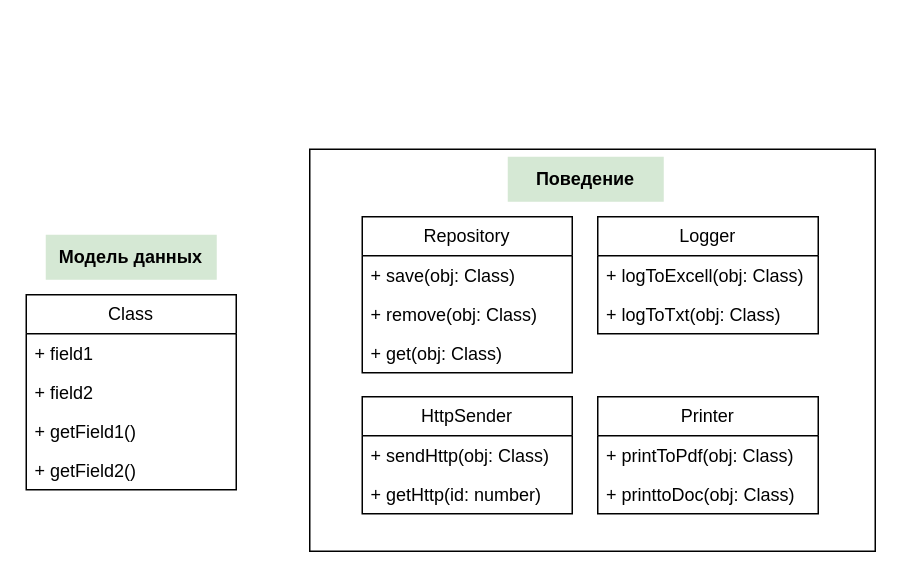
Earlier version of the draw.io diagram page "S" (1 of 5) of SOLID.drawio (orlov-oleg-developer/uml-diagrams). Source tidied: cells renumbered, new cells numbered last; positions are measured from the earlier drawing's top-left corner, leaving out a move shared by most shapes. Both pictures are drawn from the tidied source at 150%, with x=0, y=0 at pixel (26, 148).
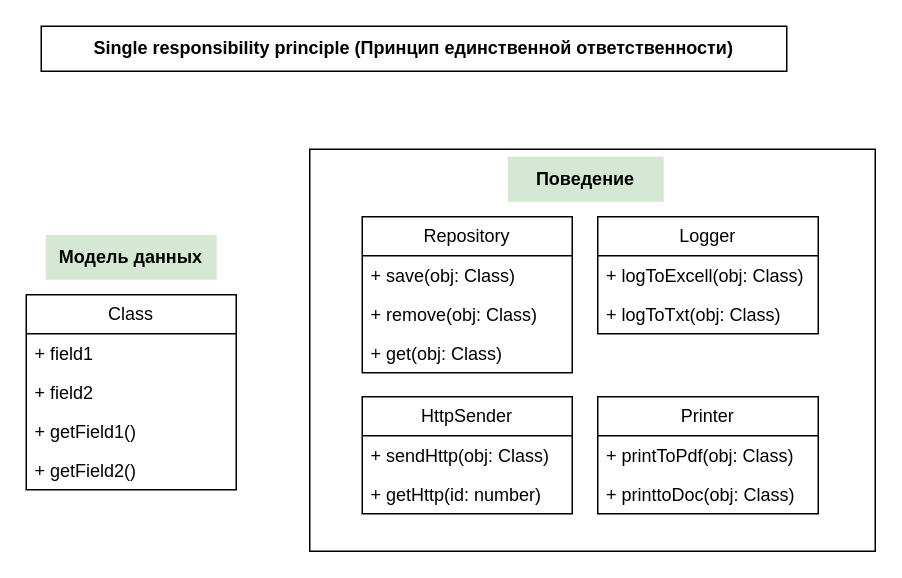
Above is the later version.

The edit, as a diff of the source:
```diff
@@
+    <mxCell id="23" value="Single responsibility principle (Принцип единственной ответственности)" style="text;html=1;align=center;verticalAlign=middle;whiteSpace=wrap;rounded=0;strokeColor=default;fontStyle=1;" parent="1" vertex="1">
+      <mxGeometry x="10" y="-82" width="497" height="30" as="geometry" />
+    </mxCell>
```
